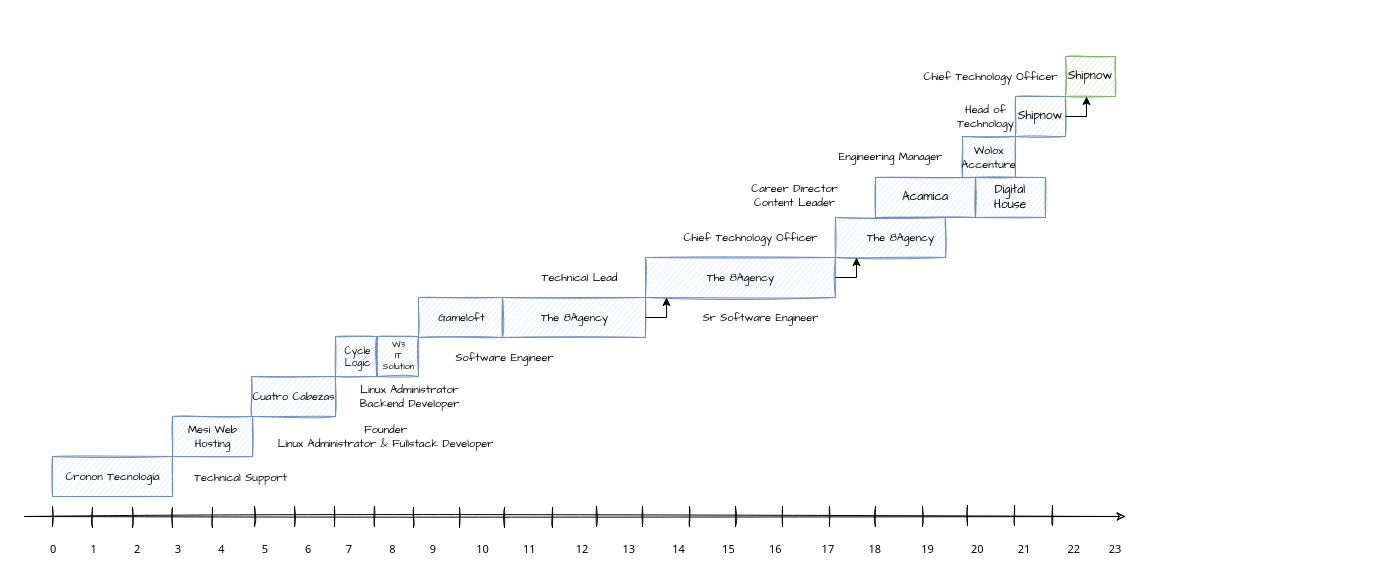
Earlier version of the draw.io diagram images/daniel_segovia_carrer_draw_io.drawio (frenchita/danielsegovia). Source tidied: cells renumbered, new cells numbered last; positions are measured from the earlier drawing's top-left corner, leaving out a move shared by most shapes. Both pictures are drawn from the tidied source at 100%, with x=0, y=0 at pixel (24, 56).
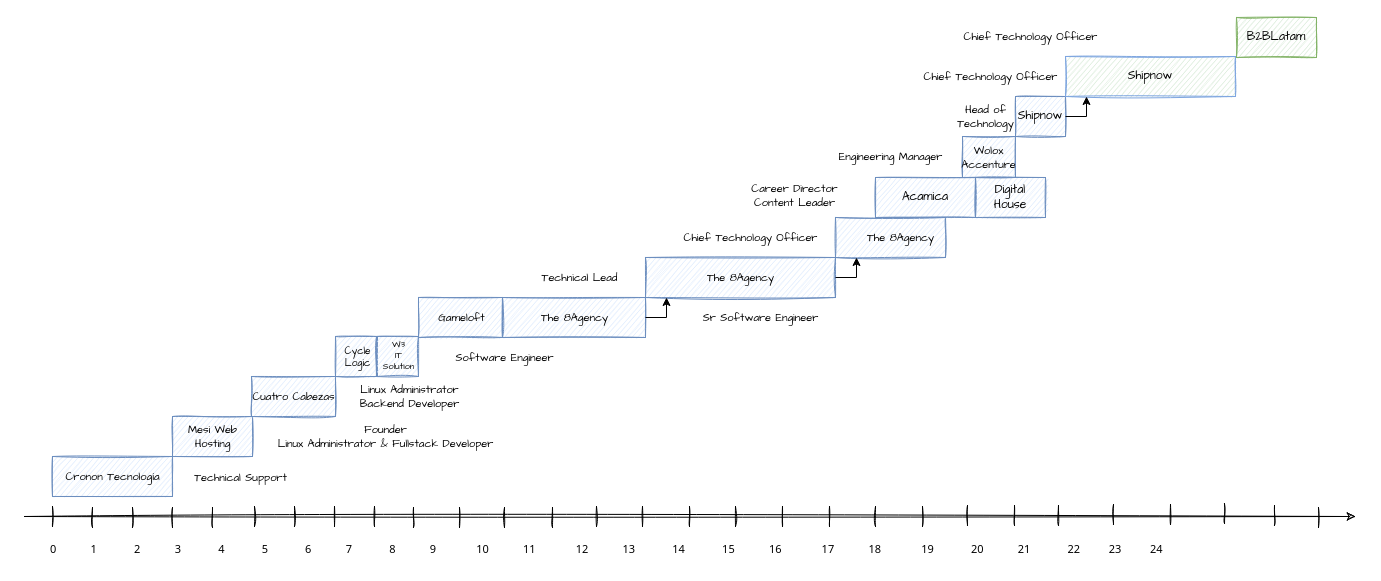
After the change.

Change to the diagram source:
```diff
@@
     <mxCell id="2" style="endArrow=classic;html=1;rounded=0;sketch=1;" parent="1" edge="1">
       <mxGeometry relative="1" as="geometry">
         <mxPoint y="460" as="sourcePoint" />
-        <mxPoint x="1101" y="460" as="targetPoint" />
+        <mxPoint x="1331" y="460" as="targetPoint" />
       </mxGeometry>
     </mxCell>
-    <mxCell id="3" value="0&amp;nbsp; &amp;nbsp; &amp;nbsp; &amp;nbsp; &amp;nbsp; &amp;nbsp; 1&amp;nbsp; &amp;nbsp; &amp;nbsp; &amp;nbsp; &amp;nbsp; &amp;nbsp; &amp;nbsp;2&amp;nbsp; &amp;nbsp; &amp;nbsp; &amp;nbsp; &amp;nbsp; &amp;nbsp; 3&amp;nbsp; &amp;nbsp; &amp;nbsp; &amp;nbsp; &amp;nbsp; &amp;nbsp; &amp;nbsp;4&amp;nbsp; &amp;nbsp; &amp;nbsp; &amp;nbsp; &amp;nbsp; &amp;nbsp; &amp;nbsp;5&amp;nbsp; &amp;nbsp; &amp;nbsp; &amp;nbsp; &amp;nbsp; &amp;nbsp; &amp;nbsp;6&amp;nbsp; &amp;nbsp; &amp;nbsp; &amp;nbsp; &amp;nbsp; &amp;nbsp; 7&amp;nbsp; &amp;nbsp; &amp;nbsp; &amp;nbsp; &amp;nbsp; &amp;nbsp; &amp;nbsp;8&amp;nbsp; &amp;nbsp; &amp;nbsp; &amp;nbsp; &amp;nbsp; &amp;nbsp; 9&amp;nbsp; &amp;nbsp; &amp;nbsp; &amp;nbsp; &amp;nbsp; &amp;nbsp; &amp;nbsp; 10&amp;nbsp; &amp;nbsp; &amp;nbsp; &amp;nbsp; &amp;nbsp; &amp;nbsp; 11&amp;nbsp; &amp;nbsp; &amp;nbsp; &amp;nbsp; &amp;nbsp; &amp;nbsp; &amp;nbsp; 12&amp;nbsp; &amp;nbsp; &amp;nbsp; &amp;nbsp; &amp;nbsp; &amp;nbsp; 13&amp;nbsp; &amp;nbsp; &amp;nbsp; &amp;nbsp; &amp;nbsp; &amp;nbsp; &amp;nbsp;14&amp;nbsp; &amp;nbsp; &amp;nbsp; &amp;nbsp; &amp;nbsp; &amp;nbsp; &amp;nbsp;15&amp;nbsp; &amp;nbsp; &amp;nbsp; &amp;nbsp; &amp;nbsp; &amp;nbsp; 16&amp;nbsp; &amp;nbsp; &amp;nbsp; &amp;nbsp; &amp;nbsp; &amp;nbsp; &amp;nbsp; 17&amp;nbsp; &amp;nbsp; &amp;nbsp; &amp;nbsp; &amp;nbsp; &amp;nbsp; 18&amp;nbsp; &amp;nbsp; &amp;nbsp; &amp;nbsp; &amp;nbsp; &amp;nbsp; &amp;nbsp; 19&amp;nbsp; &amp;nbsp; &amp;nbsp; &amp;nbsp; &amp;nbsp; &amp;nbsp; &amp;nbsp;20&amp;nbsp; &amp;nbsp; &amp;nbsp; &amp;nbsp; &amp;nbsp; &amp;nbsp; 21&amp;nbsp; &amp;nbsp; &amp;nbsp; &amp;nbsp; &amp;nbsp; &amp;nbsp; &amp;nbsp;22&amp;nbsp; &amp;nbsp; &amp;nbsp; &amp;nbsp; &amp;nbsp; 23" style="text;html=1;align=left;verticalAlign=middle;strokeColor=none;fillColor=none;fontFamily=Tahoma;spacing=2;fontSize=11;" parent="1" vertex="1">
-      <mxGeometry x="24" y="477" width="1030" height="30" as="geometry" />
+    <mxCell id="3" value="0&amp;nbsp; &amp;nbsp; &amp;nbsp; &amp;nbsp; &amp;nbsp; &amp;nbsp; 1&amp;nbsp; &amp;nbsp; &amp;nbsp; &amp;nbsp; &amp;nbsp; &amp;nbsp; &amp;nbsp;2&amp;nbsp; &amp;nbsp; &amp;nbsp; &amp;nbsp; &amp;nbsp; &amp;nbsp; 3&amp;nbsp; &amp;nbsp; &amp;nbsp; &amp;nbsp; &amp;nbsp; &amp;nbsp; &amp;nbsp;4&amp;nbsp; &amp;nbsp; &amp;nbsp; &amp;nbsp; &amp;nbsp; &amp;nbsp; &amp;nbsp;5&amp;nbsp; &amp;nbsp; &amp;nbsp; &amp;nbsp; &amp;nbsp; &amp;nbsp; &amp;nbsp;6&amp;nbsp; &amp;nbsp; &amp;nbsp; &amp;nbsp; &amp;nbsp; &amp;nbsp; 7&amp;nbsp; &amp;nbsp; &amp;nbsp; &amp;nbsp; &amp;nbsp; &amp;nbsp; &amp;nbsp;8&amp;nbsp; &amp;nbsp; &amp;nbsp; &amp;nbsp; &amp;nbsp; &amp;nbsp; 9&amp;nbsp; &amp;nbsp; &amp;nbsp; &amp;nbsp; &amp;nbsp; &amp;nbsp; &amp;nbsp; 10&amp;nbsp; &amp;nbsp; &amp;nbsp; &amp;nbsp; &amp;nbsp; &amp;nbsp; 11&amp;nbsp; &amp;nbsp; &amp;nbsp; &amp;nbsp; &amp;nbsp; &amp;nbsp; &amp;nbsp; 12&amp;nbsp; &amp;nbsp; &amp;nbsp; &amp;nbsp; &amp;nbsp; &amp;nbsp; 13&amp;nbsp; &amp;nbsp; &amp;nbsp; &amp;nbsp; &amp;nbsp; &amp;nbsp; &amp;nbsp;14&amp;nbsp; &amp;nbsp; &amp;nbsp; &amp;nbsp; &amp;nbsp; &amp;nbsp; &amp;nbsp;15&amp;nbsp; &amp;nbsp; &amp;nbsp; &amp;nbsp; &amp;nbsp; &amp;nbsp; 16&amp;nbsp; &amp;nbsp; &amp;nbsp; &amp;nbsp; &amp;nbsp; &amp;nbsp; &amp;nbsp; 17&amp;nbsp; &amp;nbsp; &amp;nbsp; &amp;nbsp; &amp;nbsp; &amp;nbsp; 18&amp;nbsp; &amp;nbsp; &amp;nbsp; &amp;nbsp; &amp;nbsp; &amp;nbsp; &amp;nbsp; 19&amp;nbsp; &amp;nbsp; &amp;nbsp; &amp;nbsp; &amp;nbsp; &amp;nbsp; &amp;nbsp;20&amp;nbsp; &amp;nbsp; &amp;nbsp; &amp;nbsp; &amp;nbsp; &amp;nbsp; 21&amp;nbsp; &amp;nbsp; &amp;nbsp; &amp;nbsp; &amp;nbsp; &amp;nbsp; &amp;nbsp;22&amp;nbsp; &amp;nbsp; &amp;nbsp; &amp;nbsp; &amp;nbsp; 23&amp;nbsp; &amp;nbsp; &amp;nbsp; &amp;nbsp; &amp;nbsp;&amp;nbsp;24" style="text;html=1;align=left;verticalAlign=middle;strokeColor=none;fillColor=none;fontFamily=Tahoma;spacing=2;fontSize=11;" parent="1" vertex="1">
+      <mxGeometry x="24" y="477" width="1300" height="30" as="geometry" />
     </mxCell>
@@
     <mxCell id="58" style="endArrow=none;html=1;rounded=0;sketch=1;" parent="1" edge="1">
       <mxGeometry relative="1" as="geometry">
-        <mxPoint x="1028" y="469" as="sourcePoint" />
-        <mxPoint x="1028" y="449" as="targetPoint" />
+        <mxPoint x="1034" y="469" as="sourcePoint" />
+        <mxPoint x="1034" y="449" as="targetPoint" />
       </mxGeometry>
     </mxCell>
@@
-    <mxCell id="60" value="Shipnow" style="rounded=0;whiteSpace=wrap;html=1;imageAspect=1;shadow=0;sketch=1;fillStyle=hachure;fillColor=#d5e8d4;strokeColor=#82b366;fontFamily=Comic Sans MS;" parent="1" vertex="1">
-      <mxGeometry x="1041" width="50" height="40" as="geometry" />
+    <mxCell id="60" value="Shipnow" style="rounded=0;whiteSpace=wrap;html=1;imageAspect=1;shadow=0;sketch=1;fillStyle=hachure;fillColor=#d5e8d4;strokeColor=#7EA6E0;fontFamily=Comic Sans MS;" parent="1" vertex="1">
+      <mxGeometry x="1041" width="170" height="40" as="geometry" />
     </mxCell>
@@
+    <mxCell id="68" value="B2BLatam" style="rounded=0;whiteSpace=wrap;html=1;imageAspect=1;shadow=0;sketch=1;fillStyle=hachure;fillColor=#d5e8d4;strokeColor=#82b366;fontFamily=Comic Sans MS;" parent="1" vertex="1">
+      <mxGeometry x="1212" y="-39" width="80" height="40" as="geometry" />
+    </mxCell>
+    <mxCell id="69" value="Chief Technology Officer" style="text;html=1;align=center;verticalAlign=middle;strokeColor=none;fillColor=none;fontFamily=Comic Sans MS;spacing=2;fontSize=11;" parent="1" vertex="1">
+      <mxGeometry x="931" y="-30" width="150" height="20" as="geometry" />
+    </mxCell>
+    <mxCell id="70" style="endArrow=none;html=1;rounded=0;sketch=1;" parent="1" edge="1">
+      <mxGeometry relative="1" as="geometry">
+        <mxPoint x="1089" y="468" as="sourcePoint" />
+        <mxPoint x="1089" y="448" as="targetPoint" />
+      </mxGeometry>
+    </mxCell>
+    <mxCell id="71" style="endArrow=none;html=1;rounded=0;sketch=1;" parent="1" edge="1">
+      <mxGeometry relative="1" as="geometry">
+        <mxPoint x="1146" y="468" as="sourcePoint" />
+        <mxPoint x="1146" y="448" as="targetPoint" />
+      </mxGeometry>
+    </mxCell>
+    <mxCell id="72" style="endArrow=none;html=1;rounded=0;sketch=1;" parent="1" edge="1">
+      <mxGeometry relative="1" as="geometry">
+        <mxPoint x="1200" y="467" as="sourcePoint" />
+        <mxPoint x="1200" y="447" as="targetPoint" />
+      </mxGeometry>
+    </mxCell>
+    <mxCell id="73" style="endArrow=none;html=1;rounded=0;sketch=1;" parent="1" edge="1">
+      <mxGeometry relative="1" as="geometry">
+        <mxPoint x="1250" y="469" as="sourcePoint" />
+        <mxPoint x="1250" y="449" as="targetPoint" />
+      </mxGeometry>
+    </mxCell>
+    <mxCell id="74" style="endArrow=none;html=1;rounded=0;sketch=1;" parent="1" edge="1">
+      <mxGeometry relative="1" as="geometry">
+        <mxPoint x="1294" y="471" as="sourcePoint" />
+        <mxPoint x="1294" y="451" as="targetPoint" />
+      </mxGeometry>
+    </mxCell>
```
